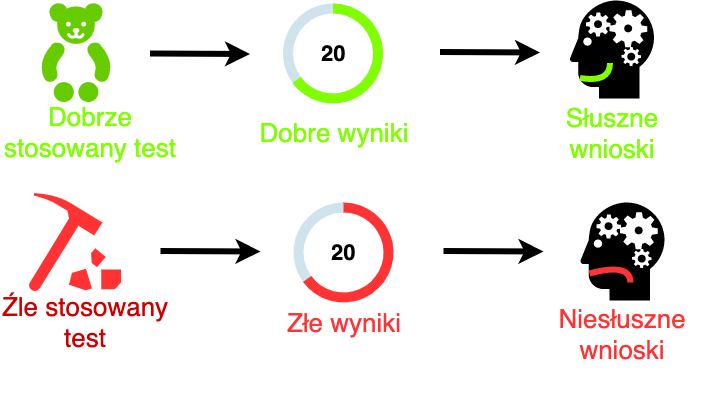
Above: img/zletesty2.png in odmina/psychometria (draw.io), before the change. Source tidied: cells renumbered, new cells last; positions are measured from the earlier drawing's top-left corner, leaving out a move shared by most shapes.
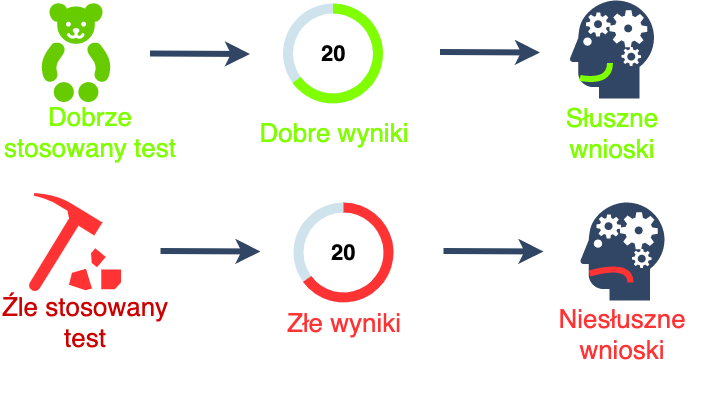
After the change.

The edit, as a diff of the source:
```diff
@@ -20,7 +20,7 @@
     <mxCell id="7" value="Dobre wyniki" style="text;html=1;strokeColor=none;fillColor=none;align=center;verticalAlign=middle;whiteSpace=wrap;rounded=0;fontSize=26;fontColor=#80FF00;" parent="4" vertex="1">
       <mxGeometry x="15" y="119.5" width="170" height="20" as="geometry" />
     </mxCell>
-    <mxCell id="8" style="shape=mxgraph.signs.healthcare.mental_health;html=1;fillColor=#000000;strokeColor=none;verticalLabelPosition=bottom;verticalAlign=top;align=center;" parent="2" vertex="1">
+    <mxCell id="8" style="shape=mxgraph.signs.healthcare.mental_health;html=1;fillColor=#314564;strokeColor=none;verticalLabelPosition=bottom;verticalAlign=top;align=center;" parent="2" vertex="1">
       <mxGeometry x="495" y="-2.5" width="84" height="98" as="geometry" />
     </mxCell>
     <mxCell id="9" style="curved=1;endArrow=none;html=1;strokeWidth=6;fillColor=#67AB9F;fontSize=26;fontColor=#FF3333;endFill=0;strokeColor=#80FF00;" parent="2" edge="1">
@@ -32,13 +32,13 @@
         </Array>
       </mxGeometry>
     </mxCell>
-    <mxCell id="10" style="endArrow=classic;html=1;strokeColor=#000000;strokeWidth=6;fillColor=#67AB9F;fontSize=26;fontColor=#FF3333;" parent="2" edge="1">
+    <mxCell id="10" style="endArrow=classic;html=1;strokeColor=#314564;strokeWidth=6;fillColor=#67AB9F;fontSize=26;fontColor=#FF3333;" parent="2" edge="1">
       <mxGeometry relative="1" as="geometry">
         <mxPoint x="75" y="50.5" as="sourcePoint" />
         <mxPoint x="175" y="51" as="targetPoint" />
       </mxGeometry>
     </mxCell>
-    <mxCell id="11" style="endArrow=classic;html=1;strokeColor=#000000;strokeWidth=6;fillColor=#67AB9F;fontSize=26;fontColor=#FF3333;" parent="2" edge="1">
+    <mxCell id="11" style="endArrow=classic;html=1;strokeColor=#314564;strokeWidth=6;fillColor=#67AB9F;fontSize=26;fontColor=#FF3333;" parent="2" edge="1">
       <mxGeometry relative="1" as="geometry">
         <mxPoint x="365" y="49" as="sourcePoint" />
         <mxPoint x="465" y="49.5" as="targetPoint" />
@@ -68,7 +68,7 @@
     <mxCell id="19" value="Złe wyniki" style="text;html=1;strokeColor=none;fillColor=none;align=center;verticalAlign=middle;whiteSpace=wrap;rounded=0;fontSize=26;fontColor=#FF3333;" parent="16" vertex="1">
       <mxGeometry x="15" y="110" width="170" height="20" as="geometry" />
     </mxCell>
-    <mxCell id="20" style="shape=mxgraph.signs.healthcare.mental_health;html=1;fillColor=#000000;strokeColor=none;verticalLabelPosition=bottom;verticalAlign=top;align=center;" parent="1" vertex="1">
+    <mxCell id="20" style="shape=mxgraph.signs.healthcare.mental_health;html=1;fillColor=#314564;strokeColor=none;verticalLabelPosition=bottom;verticalAlign=top;align=center;" parent="1" vertex="1">
       <mxGeometry x="580" y="202" width="84" height="98" as="geometry" />
     </mxCell>
     <mxCell id="21" style="curved=1;endArrow=none;html=1;strokeWidth=6;fillColor=#67AB9F;fontSize=26;fontColor=#FF3333;endFill=0;strokeColor=#FF3333;entryX=0.595;entryY=0.816;entryDx=0;entryDy=0;entryPerimeter=0;" parent="1" edge="1" target="20">
@@ -79,13 +79,13 @@
         </Array>
       </mxGeometry>
     </mxCell>
-    <mxCell id="22" style="endArrow=classic;html=1;strokeColor=#000000;strokeWidth=6;fillColor=#67AB9F;fontSize=26;fontColor=#FF3333;" parent="1" edge="1">
+    <mxCell id="22" style="endArrow=classic;html=1;strokeColor=#314564;strokeWidth=6;fillColor=#67AB9F;fontSize=26;fontColor=#FF3333;" parent="1" edge="1">
       <mxGeometry relative="1" as="geometry">
         <mxPoint x="160" y="250.5" as="sourcePoint" />
         <mxPoint x="260" y="251" as="targetPoint" />
       </mxGeometry>
     </mxCell>
-    <mxCell id="23" style="endArrow=classic;html=1;strokeColor=#000000;strokeWidth=6;fillColor=#67AB9F;fontSize=26;fontColor=#FF3333;" parent="1" edge="1">
+    <mxCell id="23" style="endArrow=classic;html=1;strokeColor=#314564;strokeWidth=6;fillColor=#67AB9F;fontSize=26;fontColor=#FF3333;" parent="1" edge="1">
       <mxGeometry relative="1" as="geometry">
         <mxPoint x="443" y="250.5" as="sourcePoint" />
         <mxPoint x="543" y="251" as="targetPoint" />
```
